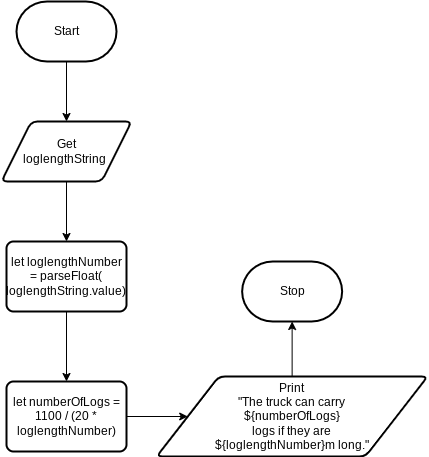
Earlier version of the draw.io export design/flowchart.png (Emmanuel-Fofeyin/ICS4U-Intro1-01-Typescript). Source tidied: cells renumbered, new cells last; positions are measured from the earlier drawing's top-left corner, leaving out a move shared by most shapes.
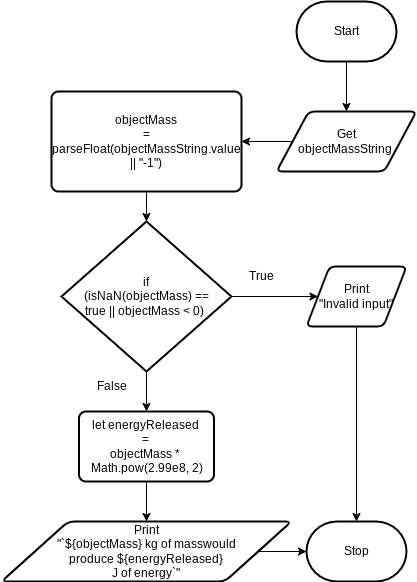
Later version of the same file.

What changed in the source:
```diff
@@ -2,38 +2,59 @@
   <root>
     <mxCell id="0" />
     <mxCell id="1" parent="0" />
+    <mxCell id="12" style="edgeStyle=none;html=1;entryX=0.5;entryY=0;entryDx=0;entryDy=0;" parent="1" edge="1" source="3" target="5">
+      <mxGeometry relative="1" as="geometry" />
+    </mxCell>
+    <mxCell id="3" value="Start" style="strokeWidth=2;html=1;shape=mxgraph.flowchart.terminator;whiteSpace=wrap;" parent="1" vertex="1">
+      <mxGeometry x="295" y="330" width="100" height="60" as="geometry" />
+    </mxCell>
+    <mxCell id="11" style="edgeStyle=none;html=1;entryX=1;entryY=0.5;entryDx=0;entryDy=0;" parent="1" edge="1" source="5" target="2">
+      <mxGeometry relative="1" as="geometry" />
+    </mxCell>
+    <mxCell id="5" value="Get&lt;br&gt;objectMassString&amp;nbsp;" style="shape=parallelogram;html=1;strokeWidth=2;perimeter=parallelogramPerimeter;whiteSpace=wrap;rounded=1;arcSize=12;size=0.23;" parent="1" vertex="1">
+      <mxGeometry x="275" y="440" width="140" height="60" as="geometry" />
+    </mxCell>
+    <mxCell id="4" style="edgeStyle=none;html=1;entryX=0.5;entryY=0;entryDx=0;entryDy=0;entryPerimeter=0;" parent="1" edge="1" source="2" target="7">
+      <mxGeometry relative="1" as="geometry" />
+    </mxCell>
-    <mxCell id="2" style="edgeStyle=none;html=1;entryX=0.5;entryY=0;entryDx=0;entryDy=0;" parent="1" edge="1" source="3" target="5">
-      <mxGeometry relative="1" as="geometry" />
+    <mxCell id="2" value="objectMass&lt;br&gt;= parseFloat(objectMassString.value &lt;br&gt;|| &quot;-1&quot;)" style="rounded=1;whiteSpace=wrap;html=1;absoluteArcSize=1;arcSize=14;strokeWidth=2;" parent="1" vertex="1">
+      <mxGeometry x="50" y="420" width="190" height="100" as="geometry" />
     </mxCell>
-    <mxCell id="3" value="Start" style="strokeWidth=2;html=1;shape=mxgraph.flowchart.terminator;whiteSpace=wrap;" parent="1" vertex="1">
-      <mxGeometry x="15" width="100" height="60" as="geometry" />
-    </mxCell>
-    <mxCell id="4" style="edgeStyle=none;html=1;entryX=0.5;entryY=0;entryDx=0;entryDy=0;" parent="1" edge="1" source="5" target="7">
-      <mxGeometry relative="1" as="geometry" />
-    </mxCell>
-    <mxCell id="5" value="Get&lt;br&gt;loglengthString&amp;nbsp;" style="shape=parallelogram;html=1;strokeWidth=2;perimeter=parallelogramPerimeter;whiteSpace=wrap;rounded=1;arcSize=12;size=0.23;" parent="1" vertex="1">
-      <mxGeometry y="120" width="130" height="60" as="geometry" />
-    </mxCell>
+    <mxCell id="9" style="edgeStyle=none;html=1;entryX=0;entryY=0.5;entryDx=0;entryDy=0;" parent="1" edge="1" source="7" target="15">
+      <mxGeometry relative="1" as="geometry" />
+    </mxCell>
+    <mxCell id="13" style="edgeStyle=none;html=1;entryX=0.5;entryY=0;entryDx=0;entryDy=0;" parent="1" edge="1" source="7" target="10">
+      <mxGeometry relative="1" as="geometry" />
+    </mxCell>
+    <mxCell id="7" value="if &lt;br&gt;(isNaN(objectMass) == &lt;br&gt;true || objectMass &amp;lt; 0)&amp;nbsp;" style="strokeWidth=2;html=1;shape=mxgraph.flowchart.decision;whiteSpace=wrap;" parent="1" vertex="1">
+      <mxGeometry x="60" y="550" width="170" height="150" as="geometry" />
+    </mxCell>
+    <mxCell id="14" style="edgeStyle=none;html=1;entryX=0.5;entryY=0;entryDx=0;entryDy=0;entryPerimeter=0;" parent="1" edge="1" source="15" target="19">
+      <mxGeometry relative="1" as="geometry" />
+    </mxCell>
+    <mxCell id="15" value="Print&lt;br&gt;&quot;Invalid input&quot;" style="shape=parallelogram;html=1;strokeWidth=2;perimeter=parallelogramPerimeter;whiteSpace=wrap;rounded=1;arcSize=12;size=0.23;" parent="1" vertex="1">
+      <mxGeometry x="305" y="595" width="100" height="60" as="geometry" />
+    </mxCell>
-    <mxCell id="6" style="edgeStyle=none;html=1;entryX=0.5;entryY=0;entryDx=0;entryDy=0;" parent="1" edge="1" source="7" target="9">
-      <mxGeometry relative="1" as="geometry" />
+    <mxCell id="6" value="True" style="text;html=1;align=center;verticalAlign=middle;strokeColor=none;fillColor=none;" parent="1" vertex="1">
+      <mxGeometry x="235" y="590" width="50" height="30" as="geometry" />
     </mxCell>
-    <mxCell id="7" value="let loglengthNumber &lt;br&gt;= parseFloat(&lt;br&gt;loglengthString.value)" style="rounded=1;whiteSpace=wrap;html=1;absoluteArcSize=1;arcSize=14;strokeWidth=2;" parent="1" vertex="1">
-      <mxGeometry x="5" y="240" width="120" height="70" as="geometry" />
-    </mxCell>
-    <mxCell id="8" style="edgeStyle=none;html=1;entryX=0;entryY=0.5;entryDx=0;entryDy=0;" parent="1" edge="1" source="9" target="11">
-      <mxGeometry relative="1" as="geometry" />
-    </mxCell>
-    <mxCell id="9" value="let numberOfLogs = 1100 / (20 * loglengthNumber)" style="rounded=1;whiteSpace=wrap;html=1;absoluteArcSize=1;arcSize=14;strokeWidth=2;" parent="1" vertex="1">
-      <mxGeometry x="5" y="380" width="120" height="70" as="geometry" />
-    </mxCell>
+    <mxCell id="16" style="edgeStyle=none;html=1;entryX=0.5;entryY=0;entryDx=0;entryDy=0;" parent="1" edge="1" source="10" target="18">
+      <mxGeometry relative="1" as="geometry" />
+    </mxCell>
-    <mxCell id="10" style="edgeStyle=none;html=1;entryX=0.5;entryY=1;entryDx=0;entryDy=0;entryPerimeter=0;" parent="1" edge="1" source="11" target="12">
-      <mxGeometry relative="1" as="geometry" />
+    <mxCell id="10" value="&lt;div&gt;let energyReleased&amp;nbsp;&lt;/div&gt;&lt;div&gt;=&amp;nbsp;&lt;/div&gt;&lt;div&gt;objectMass *&amp;nbsp;&lt;/div&gt;&lt;div&gt;Math.pow(2.99e8, 2)&lt;/div&gt;" style="rounded=1;whiteSpace=wrap;html=1;absoluteArcSize=1;arcSize=14;strokeWidth=2;" parent="1" vertex="1">
+      <mxGeometry x="77.5" y="740" width="135" height="70" as="geometry" />
     </mxCell>
-    <mxCell id="11" value="Print&lt;br&gt;&quot;The truck can carry &lt;br&gt;${numberOfLogs} &lt;br&gt;logs if they are &lt;br&gt;${loglengthNumber}m long.&quot;" style="shape=parallelogram;html=1;strokeWidth=2;perimeter=parallelogramPerimeter;whiteSpace=wrap;rounded=1;arcSize=12;size=0.23;" parent="1" vertex="1">
-      <mxGeometry x="155" y="375" width="271.2" height="80" as="geometry" />
-    </mxCell>
-    <mxCell id="12" value="Stop" style="strokeWidth=2;html=1;shape=mxgraph.flowchart.terminator;whiteSpace=wrap;" parent="1" vertex="1">
-      <mxGeometry x="240.6" y="260" width="100" height="60" as="geometry" />
-    </mxCell>
+    <mxCell id="17" style="edgeStyle=none;html=1;entryX=0;entryY=0.5;entryDx=0;entryDy=0;entryPerimeter=0;" parent="1" edge="1" source="18" target="19">
+      <mxGeometry relative="1" as="geometry" />
+    </mxCell>
+    <mxCell id="18" value="Print&lt;br&gt;&quot;`${objectMass} kg of masswould &lt;br&gt;produce ${energyReleased} &lt;br&gt;J of energy`&quot;" style="shape=parallelogram;html=1;strokeWidth=2;perimeter=parallelogramPerimeter;whiteSpace=wrap;rounded=1;arcSize=12;size=0.23;" parent="1" vertex="1">
+      <mxGeometry y="850" width="290" height="60" as="geometry" />
+    </mxCell>
+    <mxCell id="19" value="Stop" style="strokeWidth=2;html=1;shape=mxgraph.flowchart.terminator;whiteSpace=wrap;" parent="1" vertex="1">
+      <mxGeometry x="305" y="850" width="100" height="60" as="geometry" />
+    </mxCell>
+    <mxCell id="20" value="False" style="text;html=1;align=center;verticalAlign=middle;strokeColor=none;fillColor=none;" parent="1" vertex="1">
+      <mxGeometry x="85" y="700" width="50" height="30" as="geometry" />
+    </mxCell>
   </root>
 </mxGraphModel>
```
